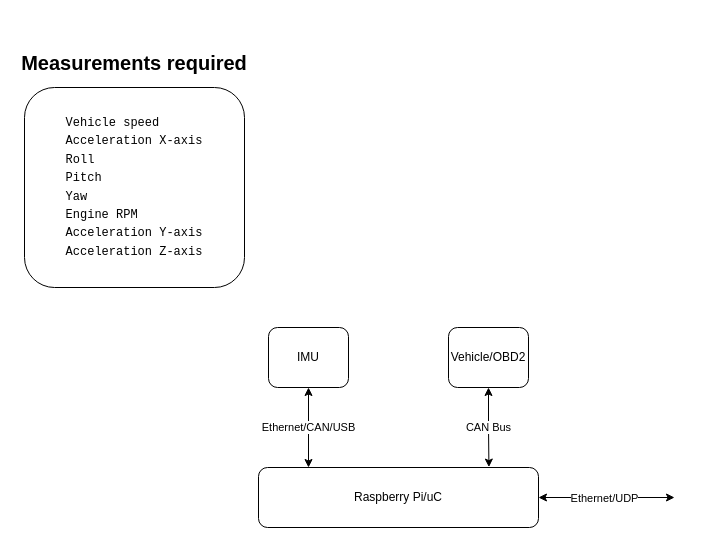
The draw.io diagram page "VPII" (2 of 4) of GNSS Datalogger Blockdiagram.drawio in torejohansson97/tightly-coupled-gnss-data-logger, before the edit. Source tidied: cells renumbered, new cells numbered last; positions are measured from the earlier drawing's top-left corner, leaving out a move shared by most shapes. Both pictures are drawn from the tidied source at 100%, with x=0, y=0 at pixel (17, 17).
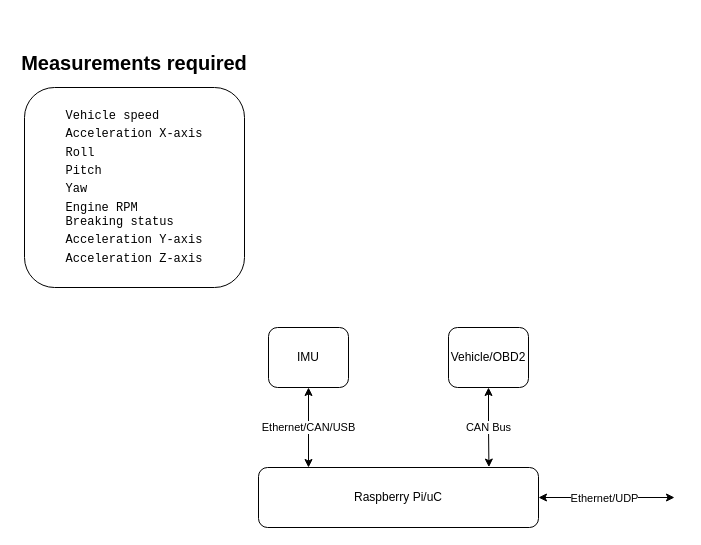
Above is the later version.

The edit, as a diff of the source:
```diff
@@
 <mxGraphModel>
   <root>
     <mxCell id="0" />
     <mxCell id="1" parent="0" />
     <mxCell id="2" value="&lt;b&gt;&lt;font style=&quot;font-size: 20px;&quot;&gt;Measurements required&lt;/font&gt;&lt;/b&gt;" style="text;html=1;strokeColor=none;fillColor=none;align=center;verticalAlign=middle;whiteSpace=wrap;rounded=0;" parent="1" vertex="1">
       <mxGeometry width="234" height="90" as="geometry" />
     </mxCell>
-    <mxCell id="3" value="&lt;pre style=&quot;font-size: 12px; text-align: start;&quot;&gt;&lt;table&gt;&lt;tbody&gt;&lt;tr&gt;&lt;td&gt;Vehicle speed&lt;/td&gt;&lt;/tr&gt;&lt;tr&gt;&lt;td&gt;Acceleration X-axis&lt;/td&gt;&lt;/tr&gt;&lt;tr&gt;&lt;td&gt;Roll&lt;/td&gt;&lt;/tr&gt;&lt;tr&gt;&lt;td&gt;Pitch&lt;/td&gt;&lt;/tr&gt;&lt;tr&gt;&lt;td&gt;Yaw&lt;/td&gt;&lt;/tr&gt;&lt;tr&gt;&lt;td&gt;Engine RPM&lt;/td&gt;&lt;/tr&gt;&lt;tr&gt;&lt;td&gt;Acceleration Y-axis&lt;/td&gt;&lt;/tr&gt;&lt;tr&gt;&lt;td&gt;Acceleration Z-axis&lt;/td&gt;&lt;/tr&gt;&lt;/tbody&gt;&lt;/table&gt;&lt;/pre&gt;" style="rounded=1;whiteSpace=wrap;html=1;fontSize=20;" parent="1" vertex="1">
+    <mxCell id="3" value="&lt;pre style=&quot;font-size: 12px; text-align: start;&quot;&gt;&lt;table&gt;&lt;tbody&gt;&lt;tr&gt;&lt;td&gt;Vehicle speed&lt;/td&gt;&lt;/tr&gt;&lt;tr&gt;&lt;td&gt;Acceleration X-axis&lt;/td&gt;&lt;/tr&gt;&lt;tr&gt;&lt;td&gt;Roll&lt;/td&gt;&lt;/tr&gt;&lt;tr&gt;&lt;td&gt;Pitch&lt;/td&gt;&lt;/tr&gt;&lt;tr&gt;&lt;td&gt;Yaw&lt;/td&gt;&lt;/tr&gt;&lt;tr&gt;&lt;td&gt;Engine RPM&lt;br&gt;Breaking status&lt;br&gt;&lt;/td&gt;&lt;/tr&gt;&lt;tr&gt;&lt;td&gt;Acceleration Y-axis&lt;/td&gt;&lt;/tr&gt;&lt;tr&gt;&lt;td&gt;Acceleration Z-axis&lt;/td&gt;&lt;/tr&gt;&lt;/tbody&gt;&lt;/table&gt;&lt;/pre&gt;" style="rounded=1;whiteSpace=wrap;html=1;fontSize=20;" parent="1" vertex="1">
       <mxGeometry x="7" y="70" width="220" height="200" as="geometry" />
     </mxCell>
     <mxCell id="4" value="CAN Bus" style="edgeStyle=orthogonalEdgeStyle;rounded=0;jettySize=auto;html=1;exitX=0.5;exitY=1;exitDx=0;exitDy=0;entryX=0.823;entryY=-0.007;entryDx=0;entryDy=0;entryPerimeter=0;fontSize=11;startArrow=classic;startFill=1;" parent="1" edge="1" source="5" target="10">
       <mxGeometry relative="1" as="geometry" />
     </mxCell>
     <mxCell id="5" value="Vehicle/OBD2" style="rounded=1;whiteSpace=wrap;html=1;" parent="1" vertex="1">
       <mxGeometry x="431" y="310" width="80" height="60" as="geometry" />
     </mxCell>
     <mxCell id="6" value="Ethernet/CAN/USB" style="edgeStyle=orthogonalEdgeStyle;rounded=0;jettySize=auto;html=1;exitX=0.5;exitY=1;exitDx=0;exitDy=0;fontSize=11;startArrow=classic;startFill=1;" parent="1" edge="1" source="7">
       <mxGeometry relative="1" as="geometry">
         <mxPoint x="291" y="450" as="targetPoint" />
       </mxGeometry>
     </mxCell>
     <mxCell id="7" value="IMU" style="rounded=1;whiteSpace=wrap;html=1;" parent="1" vertex="1">
       <mxGeometry x="251" y="310" width="80" height="60" as="geometry" />
     </mxCell>
     <mxCell id="8" style="edgeStyle=orthogonalEdgeStyle;rounded=0;jettySize=auto;html=1;exitX=1;exitY=0.5;exitDx=0;exitDy=0;startArrow=classic;startFill=1;" parent="1" edge="1" source="10">
       <mxGeometry relative="1" as="geometry">
         <mxPoint x="657" y="480" as="targetPoint" />
       </mxGeometry>
     </mxCell>
     <mxCell id="9" value="Ethernet/UDP" style="edgeLabel;html=1;align=center;verticalAlign=middle;" parent="8" vertex="1">
       <mxGeometry x="0.25" y="2" relative="1" as="geometry">
         <mxPoint x="-19" y="2" as="offset" />
       </mxGeometry>
     </mxCell>
     <mxCell id="10" value="Raspberry Pi/uC" style="rounded=1;whiteSpace=wrap;html=1;" parent="1" vertex="1">
       <mxGeometry x="241" y="450" width="280" height="60" as="geometry" />
     </mxCell>
   </root>
 </mxGraphModel>
```
